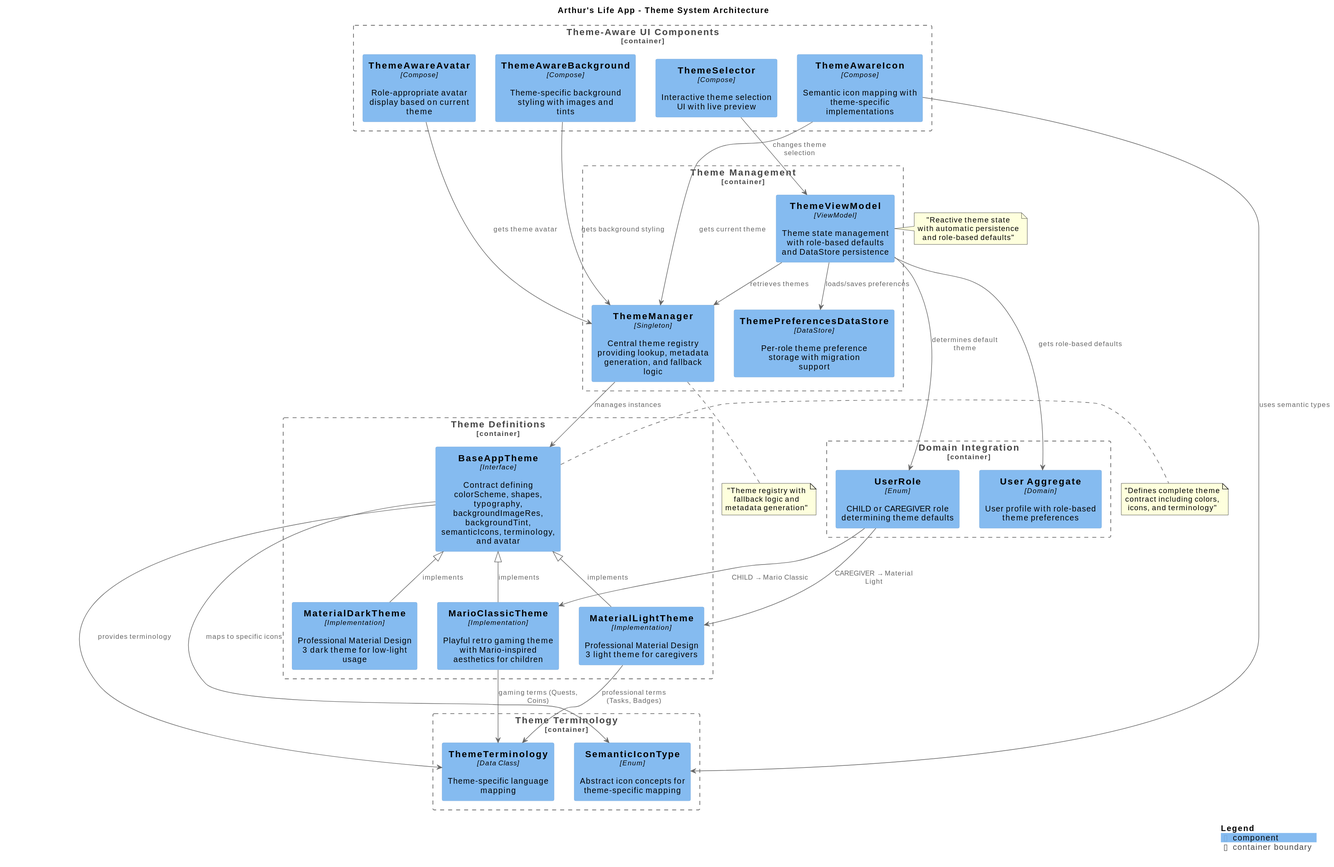
Above: docs/diagrams/theme-system-architecture.svg in almeidaraphael/arthurs-life-app (PlantUML), before the change.
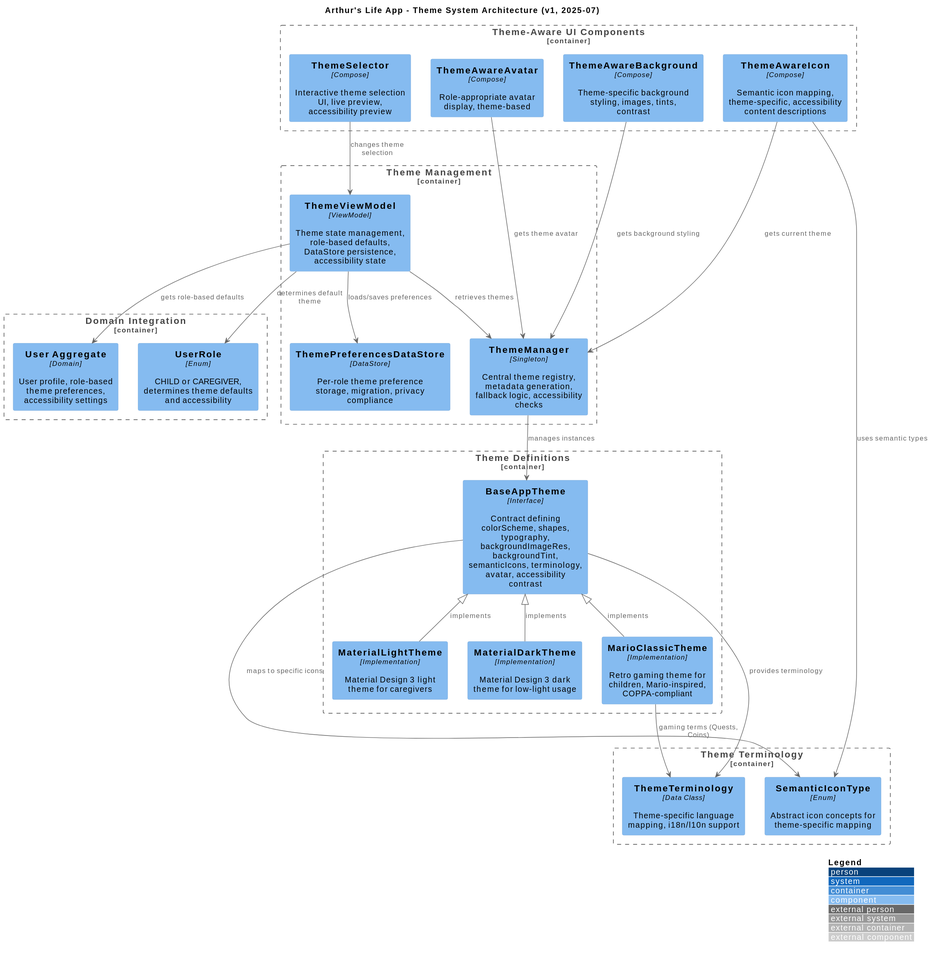
The same file after the commit.

The edit, as a diff of the source:
```diff
@@ -3,35 +3,35 @@
 
 LAYOUT_WITH_LEGEND()
 
-title Arthur's Life App - Theme System Architecture
+title Arthur's Life App - Theme System Architecture (v1, 2025-07)
 
 Container_Boundary(themes, "Theme Definitions") {
-  Component(baseapptheme, "BaseAppTheme", "Interface", "Contract defining colorScheme, shapes, typography, backgroundImageRes, backgroundTint, semanticIcons, terminology, and avatar")
-  Component(materiallight, "MaterialLightTheme", "Implementation", "Professional Material Design 3 light theme for caregivers")
-  Component(materialdark, "MaterialDarkTheme", "Implementation", "Professional Material Design 3 dark theme for low-light usage")
-  Component(marioclassic, "MarioClassicTheme", "Implementation", "Playful retro gaming theme with Mario-inspired aesthetics for children")
+  Component(baseapptheme, "BaseAppTheme", "Interface", "Contract defining colorScheme, shapes, typography, backgroundImageRes, backgroundTint, semanticIcons, terminology, avatar, accessibility contrast")
+  Component(materiallight, "MaterialLightTheme", "Implementation", "Material Design 3 light theme for caregivers")
+  Component(materialdark, "MaterialDarkTheme", "Implementation", "Material Design 3 dark theme for low-light usage")
+  Component(marioclassic, "MarioClassicTheme", "Implementation", "Retro gaming theme for children, Mario-inspired, COPPA-compliant")
 }
 
 Container_Boundary(management, "Theme Management") {
-  Component(thememanager, "ThemeManager", "Singleton", "Central theme registry providing lookup, metadata generation, and fallback logic")
-  Component(themeviewmodel, "ThemeViewModel", "ViewModel", "Theme state management with role-based defaults and DataStore persistence")
-  Component(themepreferences, "ThemePreferencesDataStore", "DataStore", "Per-role theme preference storage with migration support")
+  Component(thememanager, "ThemeManager", "Singleton", "Central theme registry, metadata generation, fallback logic, accessibility checks")
+  Component(themeviewmodel, "ThemeViewModel", "ViewModel", "Theme state management, role-based defaults, DataStore persistence, accessibility state")
+  Component(themepreferences, "ThemePreferencesDataStore", "DataStore", "Per-role theme preference storage, migration, privacy compliance")
 }
 
 Container_Boundary(ui, "Theme-Aware UI Components") {
-  Component(themeawareicon, "ThemeAwareIcon", "Compose", "Semantic icon mapping with theme-specific implementations")
-  Component(themeawareavatar, "ThemeAwareAvatar", "Compose", "Role-appropriate avatar display based on current theme")
-  Component(themeawarebackground, "ThemeAwareBackground", "Compose", "Theme-specific background styling with images and tints")
-  Component(themeselector, "ThemeSelector", "Compose", "Interactive theme selection UI with live preview")
+  Component(themeawareicon, "ThemeAwareIcon", "Compose", "Semantic icon mapping, theme-specific, accessibility content descriptions")
+  Component(themeawareavatar, "ThemeAwareAvatar", "Compose", "Role-appropriate avatar display, theme-based")
+  Component(themeawarebackground, "ThemeAwareBackground", "Compose", "Theme-specific background styling, images, tints, contrast")
+  Component(themeselector, "ThemeSelector", "Compose", "Interactive theme selection UI, live preview, accessibility preview")
 }
 
 Container_Boundary(domain, "Domain Integration") {
-  Component(user, "User Aggregate", "Domain", "User profile with role-based theme preferences")
-  Component(userrole, "UserRole", "Enum", "CHILD or CAREGIVER role determining theme defaults")
+  Component(user, "User Aggregate", "Domain", "User profile, role-based theme preferences, accessibility settings")
+  Component(userrole, "UserRole", "Enum", "CHILD or CAREGIVER, determines theme defaults and accessibility")
 }
 
 Container_Boundary(terminology, "Theme Terminology") {
-  Component(themeterminology, "ThemeTerminology", "Data Class", "Theme-specific language mapping")
+  Component(themeterminology, "ThemeTerminology", "Data Class", "Theme-specific language mapping, i18n/l10n support")
   Component(semanticicons, "SemanticIconType", "Enum", "Abstract icon concepts for theme-specific mapping")
 }
 
@@ -54,14 +54,4 @@
 baseapptheme --> themeterminology : "provides terminology"
 baseapptheme --> semanticicons : "maps to specific icons"
 marioclassic --> themeterminology : "gaming terms (Quests, Coins)"
-materiallight --> themeterminology : "professional terms (Tasks, Badges)"
-
-userrole --> marioclassic : "CHILD → Mario Classic"
-userrole --> materiallight : "CAREGIVER → Material Light"
-
-note right of themeviewmodel : "Reactive theme state\nwith automatic persistence\nand role-based defaults"
-note bottom of thememanager : "Theme registry with\nfallback logic and\nmetadata generation"
-note right of baseapptheme : "Defines complete theme\ncontract including colors,\nicons, and terminology"
-
-SHOW_LEGEND()
 @enduml
```
